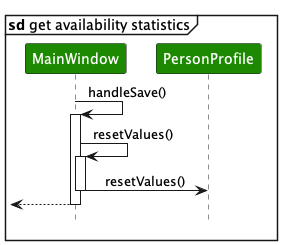
nus-cs2103-AY2324S1/tp keeps this PlantUML diagram as docs/diagrams/HandleSaveSequenceDiagram.png. Above is the earlier version. The source it was exported from:
```plantuml
@startuml
!include style.puml
skinparam ArrowFontStyle plain

mainframe **sd** get availability statistics
participant "MainWindow" as MainWindow UI_COLOR
participant "PersonProfile" as PersonProfile UI_COLOR

MainWindow -> MainWindow : handleSave()
activate MainWindow
MainWindow -> MainWindow : resetValues()
activate MainWindow
MainWindow -> PersonProfile : resetValues()
deactivate MainWindow
[<--MainWindow
deactivate MainWindow

@enduml
```
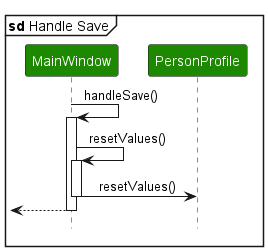
The same diagram one commit later.

The edit, as a diff of the source:
```diff
@@ -2,7 +2,7 @@
 !include style.puml
 skinparam ArrowFontStyle plain
 
-mainframe **sd** get availability statistics
+mainframe **sd** Handle Save
 participant "MainWindow" as MainWindow UI_COLOR
 participant "PersonProfile" as PersonProfile UI_COLOR
 
```
